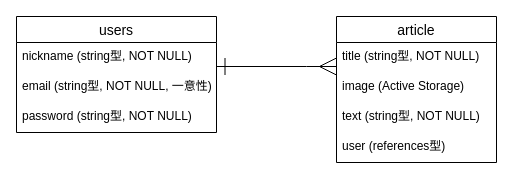
Above: ER.dio in tsuyoponta/citem (draw.io), before the change. Source tidied: cells renumbered, new cells numbered last; positions are measured from the earlier drawing's top-left corner, leaving out a move shared by most shapes. Both pictures are drawn from the tidied source at 100%, with x=0, y=0 at pixel (16, 16).
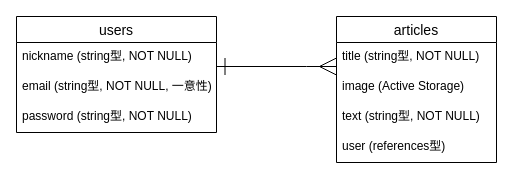
Above is the later version.

Commit message (it also covers changes not shown here):
テーブル名更新

Diff of the diagram source:
```diff
@@
 <mxGraphModel>
   <root>
     <mxCell id="0" />
     <mxCell id="1" parent="0" />
     <mxCell id="2" style="edgeStyle=orthogonalEdgeStyle;rounded=0;jettySize=auto;html=1;startArrow=ERone;startFill=0;endArrow=ERmany;endFill=0;startSize=15;endSize=15;" parent="1" edge="1" source="3" target="7">
       <mxGeometry relative="1" as="geometry">
         <Array as="points">
           <mxPoint x="290" y="50" />
           <mxPoint x="290" y="50" />
         </Array>
       </mxGeometry>
     </mxCell>
     <mxCell id="3" value="users" style="swimlane;fontStyle=0;horizontal=1;startSize=26;align=center;fontSize=14;" parent="1" vertex="1">
       <mxGeometry width="200" height="116" as="geometry" />
     </mxCell>
     <mxCell id="4" value="nickname (string型, NOT NULL)" style="text;strokeColor=none;fillColor=none;spacingLeft=4;spacingRight=4;overflow=hidden;fontSize=12;" parent="3" vertex="1">
       <mxGeometry y="26" width="200" height="30" as="geometry" />
     </mxCell>
     <mxCell id="5" value="email (string型, NOT NULL, 一意性)" style="text;strokeColor=none;fillColor=none;spacingLeft=4;spacingRight=4;overflow=hidden;fontSize=12;" parent="3" vertex="1">
       <mxGeometry y="56" width="200" height="30" as="geometry" />
     </mxCell>
     <mxCell id="6" value="password (string型, NOT NULL)" style="text;strokeColor=none;fillColor=none;spacingLeft=4;spacingRight=4;overflow=hidden;fontSize=12;" parent="3" vertex="1">
       <mxGeometry y="86" width="200" height="30" as="geometry" />
     </mxCell>
-    <mxCell id="7" value="article" style="swimlane;fontStyle=0;horizontal=1;startSize=26;align=center;fontSize=14;" parent="1" vertex="1">
+    <mxCell id="7" value="articles" style="swimlane;fontStyle=0;horizontal=1;startSize=26;align=center;fontSize=14;" parent="1" vertex="1">
       <mxGeometry x="320" width="160" height="146" as="geometry" />
     </mxCell>
     <mxCell id="8" value="title (string型, NOT NULL)" style="text;strokeColor=none;fillColor=none;spacingLeft=4;spacingRight=4;overflow=hidden;fontSize=12;" parent="7" vertex="1">
       <mxGeometry y="26" width="160" height="30" as="geometry" />
     </mxCell>
     <mxCell id="9" value="image (Active Storage)" style="text;strokeColor=none;fillColor=none;spacingLeft=4;spacingRight=4;overflow=hidden;fontSize=12;" parent="7" vertex="1">
       <mxGeometry y="56" width="160" height="30" as="geometry" />
     </mxCell>
     <mxCell id="10" value="text (string型, NOT NULL)" style="text;strokeColor=none;fillColor=none;spacingLeft=4;spacingRight=4;overflow=hidden;fontSize=12;" parent="7" vertex="1">
       <mxGeometry y="86" width="160" height="30" as="geometry" />
     </mxCell>
     <mxCell id="11" value="user (references型)" style="text;strokeColor=none;fillColor=none;spacingLeft=4;spacingRight=4;overflow=hidden;fontSize=12;" parent="7" vertex="1">
       <mxGeometry y="116" width="160" height="30" as="geometry" />
     </mxCell>
   </root>
 </mxGraphModel>
```
